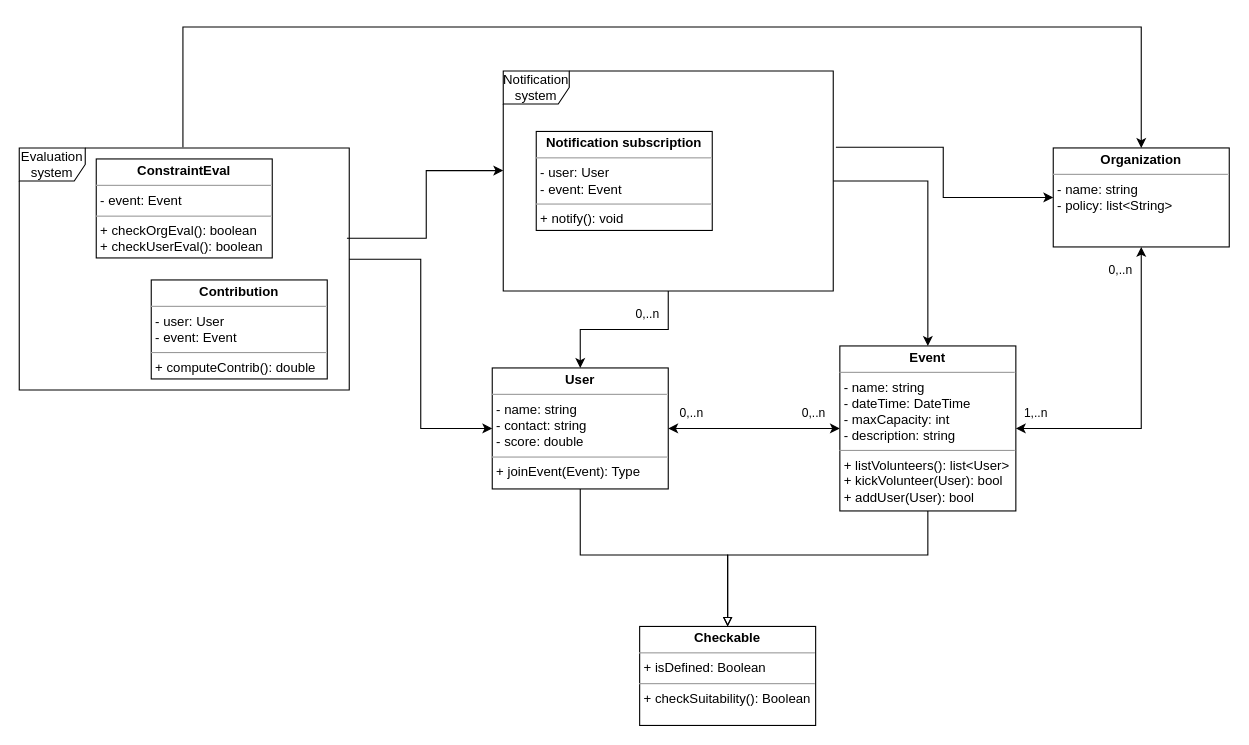
josura/HCI keeps this draw.io diagram as project/UMLproject.drawio. Above is the earlier version. Source tidied: cells renumbered, new cells numbered last; positions are measured from the earlier drawing's top-left corner, leaving out a move shared by most shapes. Both pictures are drawn from the tidied source at 110%, with x=0, y=0 at pixel (19, 26).
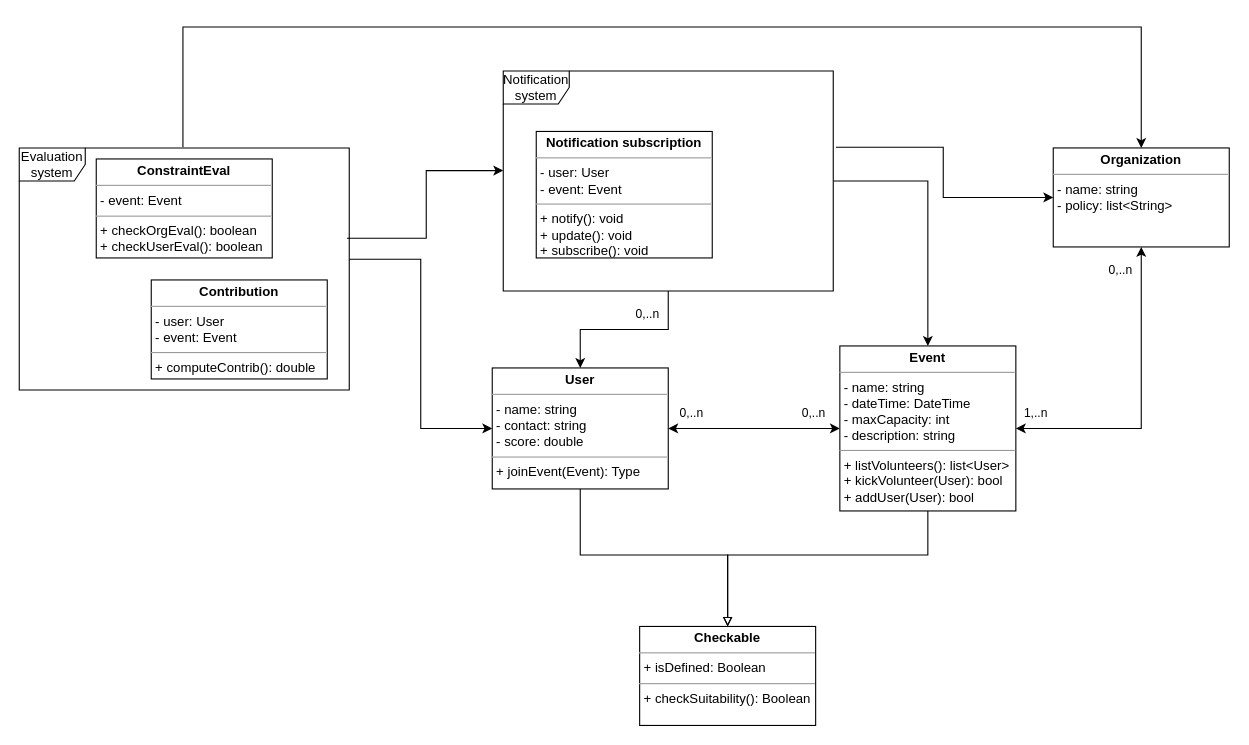
Above is the later version.

What changed in the source:
```diff
@@
-    <mxCell id="22" value="&lt;p style=&quot;margin:0px;margin-top:4px;text-align:center;&quot;&gt;&lt;b&gt;Notification subscription&lt;/b&gt;&lt;/p&gt;&lt;hr size=&quot;1&quot;&gt;&lt;p style=&quot;margin:0px;margin-left:4px;&quot;&gt;- user: User&lt;/p&gt;&lt;p style=&quot;margin:0px;margin-left:4px;&quot;&gt;- event: Event&lt;br&gt;&lt;/p&gt;&lt;hr size=&quot;1&quot;&gt;&lt;p style=&quot;margin:0px;margin-left:4px;&quot;&gt;+ notify(): void&lt;/p&gt;" style="verticalAlign=top;align=left;overflow=fill;fontSize=12;fontFamily=Helvetica;html=1;whiteSpace=wrap;" parent="1" vertex="1">
-      <mxGeometry x="470" y="95" width="160" height="90" as="geometry" />
+    <mxCell id="22" value="&lt;p style=&quot;margin:0px;margin-top:4px;text-align:center;&quot;&gt;&lt;b&gt;Notification subscription&lt;/b&gt;&lt;/p&gt;&lt;hr size=&quot;1&quot;&gt;&lt;p style=&quot;margin:0px;margin-left:4px;&quot;&gt;- user: User&lt;/p&gt;&lt;p style=&quot;margin:0px;margin-left:4px;&quot;&gt;- event: Event&lt;br&gt;&lt;/p&gt;&lt;hr size=&quot;1&quot;&gt;&lt;p style=&quot;margin:0px;margin-left:4px;&quot;&gt;+ notify(): void&lt;/p&gt;&lt;p style=&quot;margin:0px;margin-left:4px;&quot;&gt;+ update(): void&lt;/p&gt;&lt;p style=&quot;margin:0px;margin-left:4px;&quot;&gt;+ subscribe(): void&lt;/p&gt;" style="verticalAlign=top;align=left;overflow=fill;fontSize=12;fontFamily=Helvetica;html=1;whiteSpace=wrap;" parent="1" vertex="1">
+      <mxGeometry x="470" y="95" width="160" height="115" as="geometry" />
     </mxCell>
```
